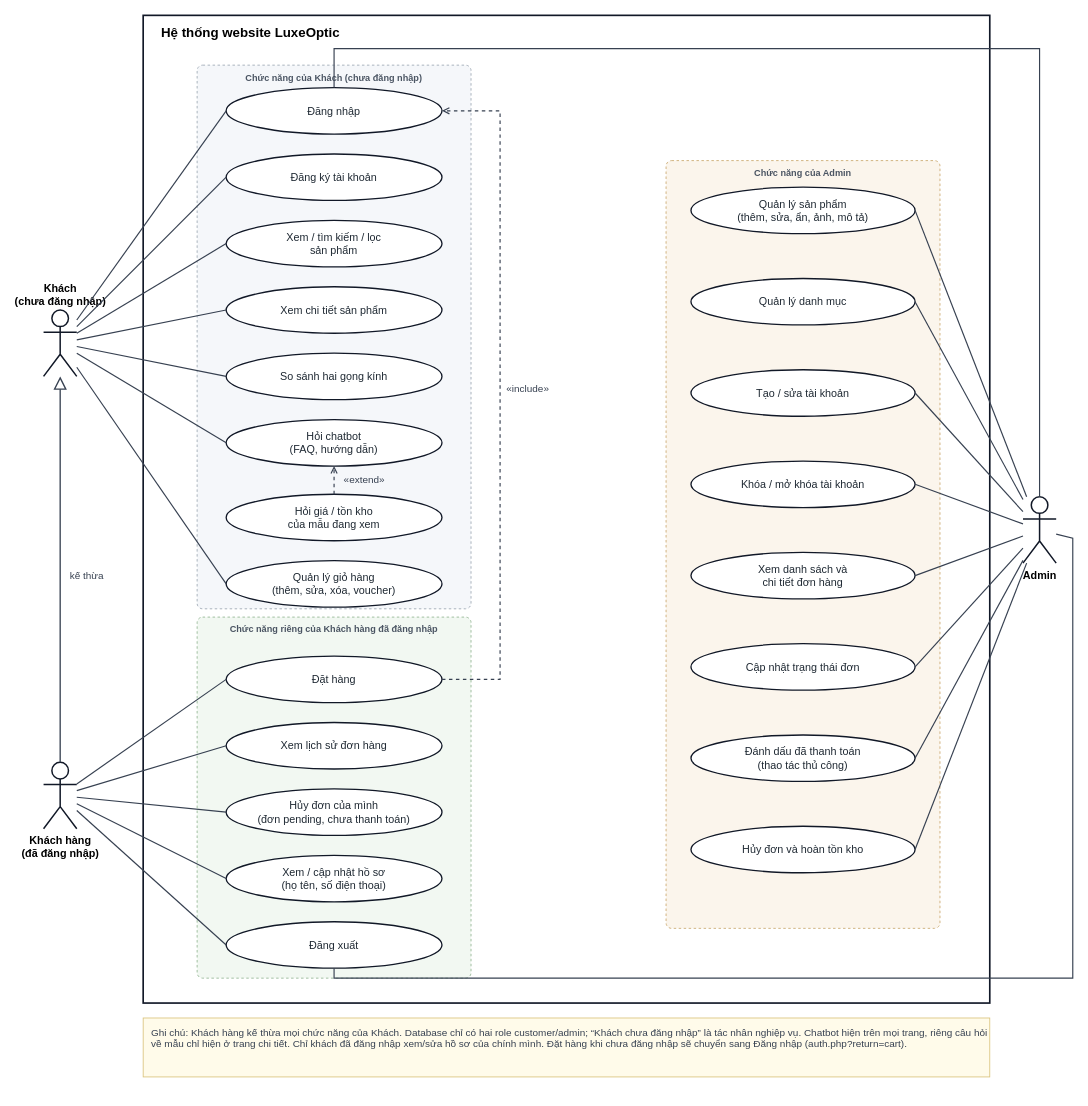
Before: docs/design/02-use-case.drawio in BaoGia171/luxeoptic-web, a draw.io diagram. Source tidied: cells renumbered, new cells numbered last; positions are measured from the earlier drawing's top-left corner, leaving out a move shared by most shapes. Both pictures are drawn from the tidied source at 83%, with x=0, y=0 at pixel (43, 15).
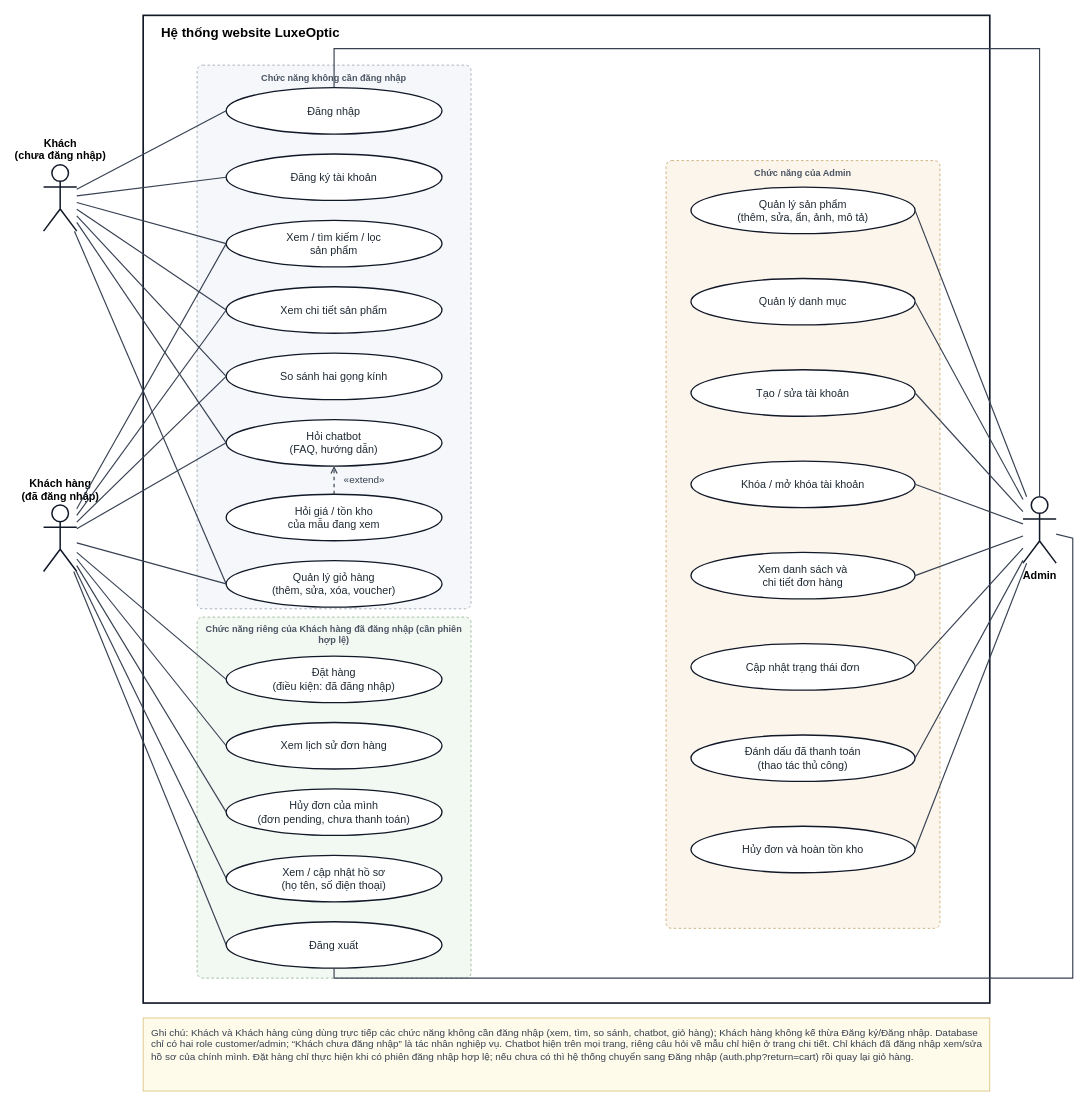
The same diagram, later.

Commit message (it also covers changes not shown here):
Cap nhat logout ve index.php va so do Use Case theo review PR #1

Unchanged cells that the change refers to:
```xml
<mxCell id="6" value="Đăng nhập" style="ellipse;whiteSpace=wrap;html=1;fillColor=#ffffff;strokeColor=#111827;strokeWidth=1.6;fontSize=13;fontColor=#1f2933;" parent="1" vertex="1">
  <mxGeometry x="220" y="87" width="260" height="56" as="geometry" />
</mxCell>
<mxCell id="8" value="Xem / tìm kiếm / lọc&lt;br&gt;sản phẩm" style="ellipse;whiteSpace=wrap;html=1;fillColor=#ffffff;strokeColor=#111827;strokeWidth=1.6;fontSize=13;fontColor=#1f2933;" parent="1" vertex="1">
  <mxGeometry x="220" y="247" width="260" height="56" as="geometry" />
</mxCell>
<mxCell id="9" value="Xem chi tiết sản phẩm" style="ellipse;whiteSpace=wrap;html=1;fillColor=#ffffff;strokeColor=#111827;strokeWidth=1.6;fontSize=13;fontColor=#1f2933;" parent="1" vertex="1">
  <mxGeometry x="220" y="327" width="260" height="56" as="geometry" />
</mxCell>
<mxCell id="10" value="So sánh hai gọng kính" style="ellipse;whiteSpace=wrap;html=1;fillColor=#ffffff;strokeColor=#111827;strokeWidth=1.6;fontSize=13;fontColor=#1f2933;" parent="1" vertex="1">
  <mxGeometry x="220" y="407" width="260" height="56" as="geometry" />
</mxCell>
<mxCell id="11" value="Hỏi chatbot&lt;br&gt;(FAQ, hướng dẫn)" style="ellipse;whiteSpace=wrap;html=1;fillColor=#ffffff;strokeColor=#111827;strokeWidth=1.6;fontSize=13;fontColor=#1f2933;" parent="1" vertex="1">
  <mxGeometry x="220" y="487" width="260" height="56" as="geometry" />
</mxCell>
<mxCell id="12" value="Hỏi giá / tồn kho&lt;br&gt;của mẫu đang xem" style="ellipse;whiteSpace=wrap;html=1;fillColor=#ffffff;strokeColor=#111827;strokeWidth=1.6;fontSize=13;fontColor=#1f2933;" parent="1" vertex="1">
  <mxGeometry x="220" y="577" width="260" height="56" as="geometry" />
</mxCell>
<mxCell id="13" value="Quản lý giỏ hàng&lt;br&gt;(thêm, sửa, xóa, voucher)" style="ellipse;whiteSpace=wrap;html=1;fillColor=#ffffff;strokeColor=#111827;strokeWidth=1.6;fontSize=13;fontColor=#1f2933;" parent="1" vertex="1">
  <mxGeometry x="220" y="657" width="260" height="56" as="geometry" />
</mxCell>
<mxCell id="15" value="Xem lịch sử đơn hàng" style="ellipse;whiteSpace=wrap;html=1;fillColor=#ffffff;strokeColor=#111827;strokeWidth=1.6;fontSize=13;fontColor=#1f2933;" parent="1" vertex="1">
  <mxGeometry x="220" y="852" width="260" height="56" as="geometry" />
</mxCell>
<mxCell id="16" value="Hủy đơn của mình&lt;br&gt;(đơn pending, chưa thanh toán)" style="ellipse;whiteSpace=wrap;html=1;fillColor=#ffffff;strokeColor=#111827;strokeWidth=1.6;fontSize=13;fontColor=#1f2933;" parent="1" vertex="1">
  <mxGeometry x="220" y="932" width="260" height="56" as="geometry" />
</mxCell>
<mxCell id="17" value="Xem / cập nhật hồ sơ&lt;br&gt;(họ tên, số điện thoại)" style="ellipse;whiteSpace=wrap;html=1;fillColor=#ffffff;strokeColor=#111827;strokeWidth=1.6;fontSize=13;fontColor=#1f2933;" parent="1" vertex="1">
  <mxGeometry x="220" y="1012" width="260" height="56" as="geometry" />
</mxCell>
<mxCell id="18" value="Đăng xuất" style="ellipse;whiteSpace=wrap;html=1;fillColor=#ffffff;strokeColor=#111827;strokeWidth=1.6;fontSize=13;fontColor=#1f2933;" parent="1" vertex="1">
  <mxGeometry x="220" y="1092" width="260" height="56" as="geometry" />
</mxCell>
<mxCell id="19" value="Quản lý sản phẩm&lt;br&gt;(thêm, sửa, ẩn, ảnh, mô tả)" style="ellipse;whiteSpace=wrap;html=1;fillColor=#ffffff;strokeColor=#111827;strokeWidth=1.6;fontSize=13;fontColor=#1f2933;" parent="1" vertex="1">
  <mxGeometry x="780" y="207" width="270" height="56" as="geometry" />
</mxCell>
<mxCell id="20" value="Quản lý danh mục" style="ellipse;whiteSpace=wrap;html=1;fillColor=#ffffff;strokeColor=#111827;strokeWidth=1.6;fontSize=13;fontColor=#1f2933;" parent="1" vertex="1">
  <mxGeometry x="780" y="317" width="270" height="56" as="geometry" />
</mxCell>
<mxCell id="21" value="Tạo / sửa tài khoản" style="ellipse;whiteSpace=wrap;html=1;fillColor=#ffffff;strokeColor=#111827;strokeWidth=1.6;fontSize=13;fontColor=#1f2933;" parent="1" vertex="1">
  <mxGeometry x="780" y="427" width="270" height="56" as="geometry" />
</mxCell>
<mxCell id="22" value="Khóa / mở khóa tài khoản" style="ellipse;whiteSpace=wrap;html=1;fillColor=#ffffff;strokeColor=#111827;strokeWidth=1.6;fontSize=13;fontColor=#1f2933;" parent="1" vertex="1">
  <mxGeometry x="780" y="537" width="270" height="56" as="geometry" />
</mxCell>
<mxCell id="23" value="Xem danh sách và&lt;br&gt;chi tiết đơn hàng" style="ellipse;whiteSpace=wrap;html=1;fillColor=#ffffff;strokeColor=#111827;strokeWidth=1.6;fontSize=13;fontColor=#1f2933;" parent="1" vertex="1">
  <mxGeometry x="780" y="647" width="270" height="56" as="geometry" />
</mxCell>
<mxCell id="24" value="Cập nhật trạng thái đơn" style="ellipse;whiteSpace=wrap;html=1;fillColor=#ffffff;strokeColor=#111827;strokeWidth=1.6;fontSize=13;fontColor=#1f2933;" parent="1" vertex="1">
  <mxGeometry x="780" y="757" width="270" height="56" as="geometry" />
</mxCell>
<mxCell id="25" value="Đánh dấu đã thanh toán&lt;br&gt;(thao tác thủ công)" style="ellipse;whiteSpace=wrap;html=1;fillColor=#ffffff;strokeColor=#111827;strokeWidth=1.6;fontSize=13;fontColor=#1f2933;" parent="1" vertex="1">
  <mxGeometry x="780" y="867" width="270" height="56" as="geometry" />
</mxCell>
<mxCell id="26" value="Hủy đơn và hoàn tồn kho" style="ellipse;whiteSpace=wrap;html=1;fillColor=#ffffff;strokeColor=#111827;strokeWidth=1.6;fontSize=13;fontColor=#1f2933;" parent="1" vertex="1">
  <mxGeometry x="780" y="977" width="270" height="56" as="geometry" />
</mxCell>
<mxCell id="29" value="Admin" style="shape=umlActor;verticalLabelPosition=bottom;verticalAlign=top;html=1;outlineConnect=0;strokeColor=#111827;strokeWidth=1.8;fillColor=#ffffff;fontStyle=1;fontSize=13;" parent="1" vertex="1">
  <mxGeometry x="1180" y="580" width="40" height="80" as="geometry" />
</mxCell>
```

Change to the diagram source:
```diff
@@
-    <mxCell id="3" value="Chức năng của Khách (chưa đăng nhập)" style="rounded=1;arcSize=2;whiteSpace=wrap;html=1;fillColor=#F5F7FA;strokeColor=#9AA5B1;dashed=1;verticalAlign=top;fontSize=11;fontStyle=1;fontColor=#4b5563;spacingTop=2;" parent="1" vertex="1">
+    <mxCell id="3" value="Chức năng không cần đăng nhập" style="rounded=1;arcSize=2;whiteSpace=wrap;html=1;fillColor=#F5F7FA;strokeColor=#9AA5B1;dashed=1;verticalAlign=top;fontSize=11;fontStyle=1;fontColor=#4b5563;spacingTop=2;" parent="1" vertex="1">
       <mxGeometry x="185" y="60" width="330" height="655" as="geometry" />
     </mxCell>
-    <mxCell id="4" value="Chức năng riêng của Khách hàng đã đăng nhập" style="rounded=1;arcSize=2;whiteSpace=wrap;html=1;fillColor=#F2F8F2;strokeColor=#8FB38F;dashed=1;verticalAlign=top;fontSize=11;fontStyle=1;fontColor=#4b5563;spacingTop=2;" parent="1" vertex="1">
+    <mxCell id="4" value="Chức năng riêng của Khách hàng đã đăng nhập (cần phiên hợp lệ)" style="rounded=1;arcSize=2;whiteSpace=wrap;html=1;fillColor=#F2F8F2;strokeColor=#8FB38F;dashed=1;verticalAlign=top;fontSize=11;fontStyle=1;fontColor=#4b5563;spacingTop=2;" parent="1" vertex="1">
       <mxGeometry x="185" y="725" width="330" height="435" as="geometry" />
     </mxCell>
@@
-    <mxCell id="14" value="Đặt hàng" style="ellipse;whiteSpace=wrap;html=1;fillColor=#ffffff;strokeColor=#111827;strokeWidth=1.6;fontSize=13;fontColor=#1f2933;" parent="1" vertex="1">
+    <mxCell id="14" value="Đặt hàng&lt;br&gt;(điều kiện: đã đăng nhập)" style="ellipse;whiteSpace=wrap;html=1;fillColor=#ffffff;strokeColor=#111827;strokeWidth=1.6;fontSize=13;fontColor=#1f2933;" parent="1" vertex="1">
       <mxGeometry x="220" y="772" width="260" height="56" as="geometry" />
     </mxCell>
@@
     <mxCell id="27" value="Khách&lt;br&gt;(chưa đăng nhập)" style="shape=umlActor;verticalLabelPosition=top;verticalAlign=bottom;html=1;outlineConnect=0;strokeColor=#111827;strokeWidth=1.8;fillColor=#ffffff;fontStyle=1;fontSize=13;" parent="1" vertex="1">
-      <mxGeometry y="355" width="40" height="80" as="geometry" />
+      <mxGeometry y="180" width="40" height="80" as="geometry" />
     </mxCell>
-    <mxCell id="28" value="Khách hàng&lt;br&gt;(đã đăng nhập)" style="shape=umlActor;verticalLabelPosition=bottom;verticalAlign=top;html=1;outlineConnect=0;strokeColor=#111827;strokeWidth=1.8;fillColor=#ffffff;fontStyle=1;fontSize=13;" parent="1" vertex="1">
-      <mxGeometry y="900" width="40" height="80" as="geometry" />
+    <mxCell id="28" value="Khách hàng&lt;br&gt;(đã đăng nhập)" style="shape=umlActor;verticalLabelPosition=top;verticalAlign=bottom;html=1;outlineConnect=0;strokeColor=#111827;strokeWidth=1.8;fillColor=#ffffff;fontStyle=1;fontSize=13;" parent="1" vertex="1">
+      <mxGeometry y="590" width="40" height="80" as="geometry" />
     </mxCell>
@@
-    <mxCell id="37" style="endArrow=none;html=1;strokeColor=#374151;strokeWidth=1.4;rounded=0;entryX=0;entryY=0.5;entryPerimeter=0;" parent="1" edge="1" source="28" target="14">
+    <mxCell id="37" style="endArrow=none;html=1;strokeColor=#374151;strokeWidth=1.4;rounded=0;entryX=0;entryY=0.5;entryPerimeter=0;" parent="1" edge="1" source="28" target="8">
       <mxGeometry relative="1" as="geometry" />
     </mxCell>
-    <mxCell id="38" style="endArrow=none;html=1;strokeColor=#374151;strokeWidth=1.4;rounded=0;entryX=0;entryY=0.5;entryPerimeter=0;" parent="1" edge="1" source="28" target="15">
+    <mxCell id="38" style="endArrow=none;html=1;strokeColor=#374151;strokeWidth=1.4;rounded=0;entryX=0;entryY=0.5;entryPerimeter=0;" parent="1" edge="1" source="28" target="9">
       <mxGeometry relative="1" as="geometry" />
     </mxCell>
-    <mxCell id="39" style="endArrow=none;html=1;strokeColor=#374151;strokeWidth=1.4;rounded=0;entryX=0;entryY=0.5;entryPerimeter=0;" parent="1" edge="1" source="28" target="16">
+    <mxCell id="39" style="endArrow=none;html=1;strokeColor=#374151;strokeWidth=1.4;rounded=0;entryX=0;entryY=0.5;entryPerimeter=0;" parent="1" edge="1" source="28" target="10">
       <mxGeometry relative="1" as="geometry" />
     </mxCell>
-    <mxCell id="40" style="endArrow=none;html=1;strokeColor=#374151;strokeWidth=1.4;rounded=0;entryX=0;entryY=0.5;entryPerimeter=0;" parent="1" edge="1" source="28" target="17">
+    <mxCell id="40" style="endArrow=none;html=1;strokeColor=#374151;strokeWidth=1.4;rounded=0;entryX=0;entryY=0.5;entryPerimeter=0;" parent="1" edge="1" source="28" target="11">
       <mxGeometry relative="1" as="geometry" />
     </mxCell>
-    <mxCell id="41" style="endArrow=none;html=1;strokeColor=#374151;strokeWidth=1.4;rounded=0;entryX=0;entryY=0.5;entryPerimeter=0;" parent="1" edge="1" source="28" target="18">
+    <mxCell id="41" style="endArrow=none;html=1;strokeColor=#374151;strokeWidth=1.4;rounded=0;entryX=0;entryY=0.5;entryPerimeter=0;" parent="1" edge="1" source="28" target="13">
       <mxGeometry relative="1" as="geometry" />
     </mxCell>
-    <mxCell id="42" style="endArrow=block;endFill=0;endSize=12;html=1;strokeColor=#374151;strokeWidth=1.6;rounded=0;" parent="1" edge="1" source="28" target="27">
+    <mxCell id="42" style="endArrow=none;html=1;strokeColor=#374151;strokeWidth=1.4;rounded=0;entryX=0;entryY=0.5;entryPerimeter=0;" parent="1" edge="1" source="28" target="14">
       <mxGeometry relative="1" as="geometry" />
     </mxCell>
-    <mxCell id="43" style="endArrow=none;html=1;strokeColor=#374151;strokeWidth=1.4;rounded=0;entryX=1;entryY=0.5;entryPerimeter=0;" parent="1" edge="1" source="29" target="19">
+    <mxCell id="43" style="endArrow=none;html=1;strokeColor=#374151;strokeWidth=1.4;rounded=0;entryX=0;entryY=0.5;entryPerimeter=0;" parent="1" edge="1" source="28" target="15">
       <mxGeometry relative="1" as="geometry" />
     </mxCell>
-    <mxCell id="44" style="endArrow=none;html=1;strokeColor=#374151;strokeWidth=1.4;rounded=0;entryX=1;entryY=0.5;entryPerimeter=0;" parent="1" edge="1" source="29" target="20">
+    <mxCell id="44" style="endArrow=none;html=1;strokeColor=#374151;strokeWidth=1.4;rounded=0;entryX=0;entryY=0.5;entryPerimeter=0;" parent="1" edge="1" source="28" target="16">
       <mxGeometry relative="1" as="geometry" />
     </mxCell>
-    <mxCell id="45" style="endArrow=none;html=1;strokeColor=#374151;strokeWidth=1.4;rounded=0;entryX=1;entryY=0.5;entryPerimeter=0;" parent="1" edge="1" source="29" target="21">
+    <mxCell id="45" style="endArrow=none;html=1;strokeColor=#374151;strokeWidth=1.4;rounded=0;entryX=0;entryY=0.5;entryPerimeter=0;" parent="1" edge="1" source="28" target="17">
       <mxGeometry relative="1" as="geometry" />
     </mxCell>
-    <mxCell id="46" style="endArrow=none;html=1;strokeColor=#374151;strokeWidth=1.4;rounded=0;entryX=1;entryY=0.5;entryPerimeter=0;" parent="1" edge="1" source="29" target="22">
+    <mxCell id="46" style="endArrow=none;html=1;strokeColor=#374151;strokeWidth=1.4;rounded=0;entryX=0;entryY=0.5;entryPerimeter=0;" parent="1" edge="1" source="28" target="18">
       <mxGeometry relative="1" as="geometry" />
     </mxCell>
-    <mxCell id="47" style="endArrow=none;html=1;strokeColor=#374151;strokeWidth=1.4;rounded=0;entryX=1;entryY=0.5;entryPerimeter=0;" parent="1" edge="1" source="29" target="23">
+    <mxCell id="47" style="endArrow=none;html=1;strokeColor=#374151;strokeWidth=1.4;rounded=0;entryX=1;entryY=0.5;entryPerimeter=0;" parent="1" edge="1" source="29" target="19">
       <mxGeometry relative="1" as="geometry" />
     </mxCell>
-    <mxCell id="48" style="endArrow=none;html=1;strokeColor=#374151;strokeWidth=1.4;rounded=0;entryX=1;entryY=0.5;entryPerimeter=0;" parent="1" edge="1" source="29" target="24">
+    <mxCell id="48" style="endArrow=none;html=1;strokeColor=#374151;strokeWidth=1.4;rounded=0;entryX=1;entryY=0.5;entryPerimeter=0;" parent="1" edge="1" source="29" target="20">
       <mxGeometry relative="1" as="geometry" />
     </mxCell>
-    <mxCell id="49" style="endArrow=none;html=1;strokeColor=#374151;strokeWidth=1.4;rounded=0;entryX=1;entryY=0.5;entryPerimeter=0;" parent="1" edge="1" source="29" target="25">
+    <mxCell id="49" style="endArrow=none;html=1;strokeColor=#374151;strokeWidth=1.4;rounded=0;entryX=1;entryY=0.5;entryPerimeter=0;" parent="1" edge="1" source="29" target="21">
       <mxGeometry relative="1" as="geometry" />
     </mxCell>
-    <mxCell id="50" style="endArrow=none;html=1;strokeColor=#374151;strokeWidth=1.4;rounded=0;entryX=1;entryY=0.5;entryPerimeter=0;" parent="1" edge="1" source="29" target="26">
+    <mxCell id="50" style="endArrow=none;html=1;strokeColor=#374151;strokeWidth=1.4;rounded=0;entryX=1;entryY=0.5;entryPerimeter=0;" parent="1" edge="1" source="29" target="22">
       <mxGeometry relative="1" as="geometry" />
     </mxCell>
-    <mxCell id="51" style="endArrow=none;html=1;strokeColor=#374151;strokeWidth=1.4;rounded=0;" parent="1" edge="1" source="29" target="6">
-      <mxGeometry relative="1" as="geometry">
-        <Array as="points">
-          <mxPoint x="1200" y="40" />
-          <mxPoint x="350" y="40" />
-        </Array>
-      </mxGeometry>
+    <mxCell id="51" style="endArrow=none;html=1;strokeColor=#374151;strokeWidth=1.4;rounded=0;entryX=1;entryY=0.5;entryPerimeter=0;" parent="1" edge="1" source="29" target="23">
+      <mxGeometry relative="1" as="geometry" />
     </mxCell>
-    <mxCell id="52" style="endArrow=none;html=1;strokeColor=#374151;strokeWidth=1.4;rounded=0;" parent="1" edge="1" source="29" target="18">
-      <mxGeometry relative="1" as="geometry">
-        <Array as="points">
-          <mxPoint x="1240" y="630" />
-          <mxPoint x="1240" y="1160" />
-          <mxPoint x="350" y="1160" />
-        </Array>
-      </mxGeometry>
+    <mxCell id="52" style="endArrow=none;html=1;strokeColor=#374151;strokeWidth=1.4;rounded=0;entryX=1;entryY=0.5;entryPerimeter=0;" parent="1" edge="1" source="29" target="24">
+      <mxGeometry relative="1" as="geometry" />
     </mxCell>
-    <mxCell id="53" style="endArrow=open;endFill=0;dashed=1;html=1;strokeColor=#374151;strokeWidth=1.4;rounded=0;" parent="1" edge="1" source="14" target="6">
-      <mxGeometry relative="1" as="geometry">
-        <Array as="points">
-          <mxPoint x="550" y="800" />
-          <mxPoint x="550" y="115" />
-        </Array>
-      </mxGeometry>
+    <mxCell id="53" style="endArrow=none;html=1;strokeColor=#374151;strokeWidth=1.4;rounded=0;entryX=1;entryY=0.5;entryPerimeter=0;" parent="1" edge="1" source="29" target="25">
+      <mxGeometry relative="1" as="geometry" />
     </mxCell>
-    <mxCell id="54" style="endArrow=open;endFill=0;dashed=1;html=1;strokeColor=#374151;strokeWidth=1.4;rounded=0;" parent="1" edge="1" source="12" target="11">
+    <mxCell id="54" style="endArrow=none;html=1;strokeColor=#374151;strokeWidth=1.4;rounded=0;entryX=1;entryY=0.5;entryPerimeter=0;" parent="1" edge="1" source="29" target="26">
       <mxGeometry relative="1" as="geometry" />
     </mxCell>
+    <mxCell id="59" style="endArrow=none;html=1;strokeColor=#374151;strokeWidth=1.4;rounded=0;" parent="1" edge="1" source="29" target="6">
+      <mxGeometry relative="1" as="geometry">
+        <Array as="points">
+          <mxPoint x="1200" y="40" />
+          <mxPoint x="350" y="40" />
+        </Array>
+      </mxGeometry>
+    </mxCell>
+    <mxCell id="60" style="endArrow=none;html=1;strokeColor=#374151;strokeWidth=1.4;rounded=0;" parent="1" edge="1" source="29" target="18">
+      <mxGeometry relative="1" as="geometry">
+        <Array as="points">
+          <mxPoint x="1240" y="630" />
+          <mxPoint x="1240" y="1160" />
+          <mxPoint x="350" y="1160" />
+        </Array>
+      </mxGeometry>
+    </mxCell>
+    <mxCell id="61" style="endArrow=open;endFill=0;dashed=1;html=1;strokeColor=#374151;strokeWidth=1.4;rounded=0;" parent="1" edge="1" source="12" target="11">
+      <mxGeometry relative="1" as="geometry" />
+    </mxCell>
-    <mxCell id="55" value="«include»" style="text;html=1;align=left;verticalAlign=middle;fontSize=12;fontColor=#374151;" parent="1" vertex="1">
-      <mxGeometry x="556" y="440" width="80" height="20" as="geometry" />
+    <mxCell id="55" value="«extend»" style="text;html=1;align=left;verticalAlign=middle;fontSize=12;fontColor=#374151;" parent="1" vertex="1">
+      <mxGeometry x="360" y="550" width="80" height="20" as="geometry" />
     </mxCell>
-    <mxCell id="56" value="«extend»" style="text;html=1;align=left;verticalAlign=middle;fontSize=12;fontColor=#374151;" parent="1" vertex="1">
-      <mxGeometry x="360" y="550" width="80" height="20" as="geometry" />
-    </mxCell>
-    <mxCell id="57" value="kế thừa" style="text;html=1;align=left;verticalAlign=middle;fontSize=12;fontColor=#374151;" parent="1" vertex="1">
-      <mxGeometry x="30" y="665" width="80" height="20" as="geometry" />
-    </mxCell>
-    <mxCell id="58" value="Ghi chú: Khách hàng kế thừa mọi chức năng của Khách. Database chỉ có hai role customer/admin; “Khách chưa đăng nhập” là tác nhân nghiệp vụ. Chatbot hiện trên mọi trang, riêng câu hỏi về mẫu chỉ hiện ở trang chi tiết. Chỉ khách đã đăng nhập xem/sửa hồ sơ của chính mình. Đặt hàng khi chưa đăng nhập sẽ chuyển sang Đăng nhập (auth.php?return=cart)." style="rounded=0;whiteSpace=wrap;html=1;align=left;verticalAlign=top;spacingLeft=8;spacingTop=4;fontSize=12;fillColor=#FFFBEA;strokeColor=#D9C27A;fontColor=#374151;" parent="1" vertex="1">
-      <mxGeometry x="120" y="1208" width="1020" height="71" as="geometry" />
+    <mxCell id="58" value="Ghi chú: Khách và Khách hàng cùng dùng trực tiếp các chức năng không cần đăng nhập (xem, tìm, so sánh, chatbot, giỏ hàng); Khách hàng không kế thừa Đăng ký/Đăng nhập. Database chỉ có hai role customer/admin; “Khách chưa đăng nhập” là tác nhân nghiệp vụ. Chatbot hiện trên mọi trang, riêng câu hỏi về mẫu chỉ hiện ở trang chi tiết. Chỉ khách đã đăng nhập xem/sửa hồ sơ của chính mình. Đặt hàng chỉ thực hiện khi có phiên đăng nhập hợp lệ; nếu chưa có thì hệ thống chuyển sang Đăng nhập (auth.php?return=cart) rồi quay lại giỏ hàng." style="rounded=0;whiteSpace=wrap;html=1;align=left;verticalAlign=top;spacingLeft=8;spacingTop=4;fontSize=12;fillColor=#FFFBEA;strokeColor=#D9C27A;fontColor=#374151;" parent="1" vertex="1">
+      <mxGeometry x="120" y="1208" width="1020" height="88" as="geometry" />
     </mxCell>
```
